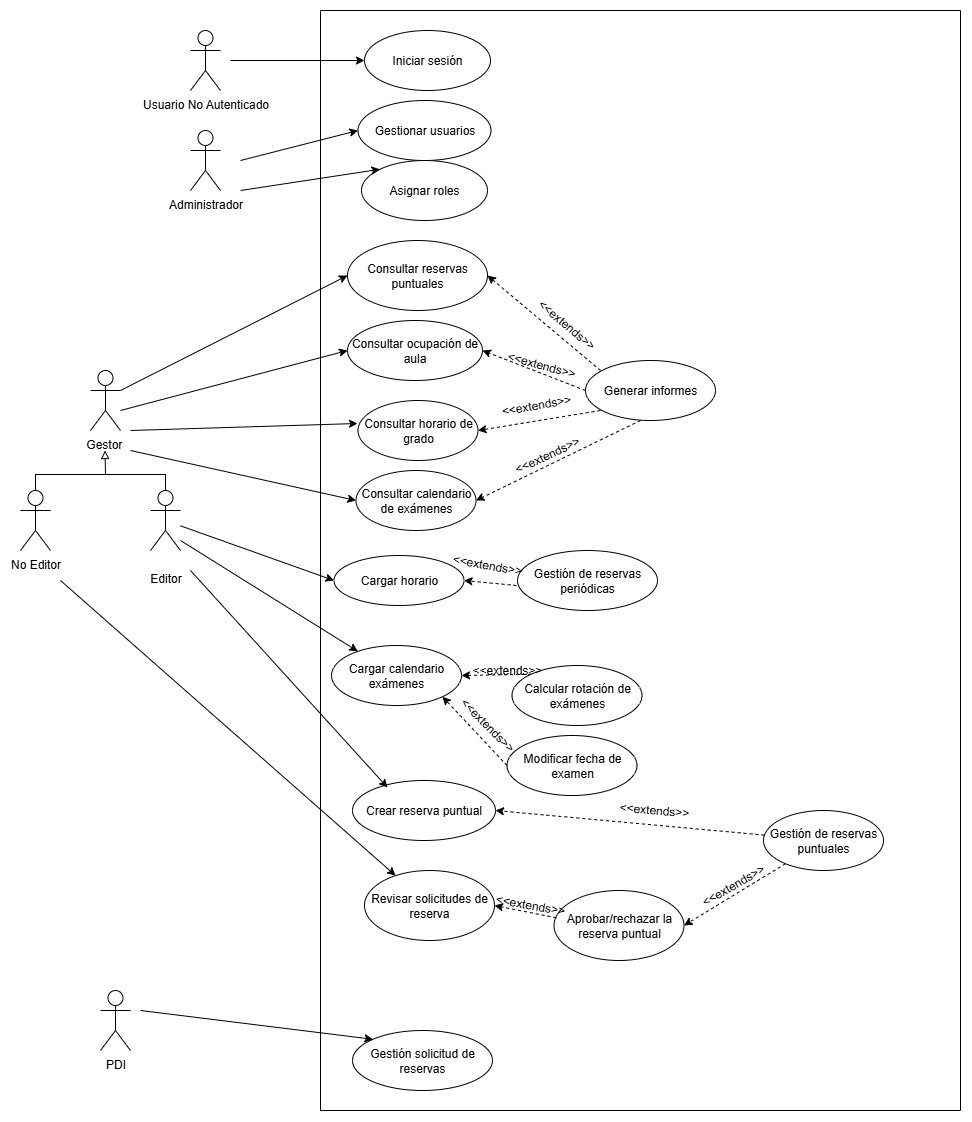
Earlier version of the draw.io export doc/img/Diagrama de casos de uso.png (rebecacuestaestepar/Trabajo-Fin-de-Grado-2025-2026). Source tidied: cells renumbered, new cells last; positions are measured from the earlier drawing's top-left corner, leaving out a move shared by most shapes.
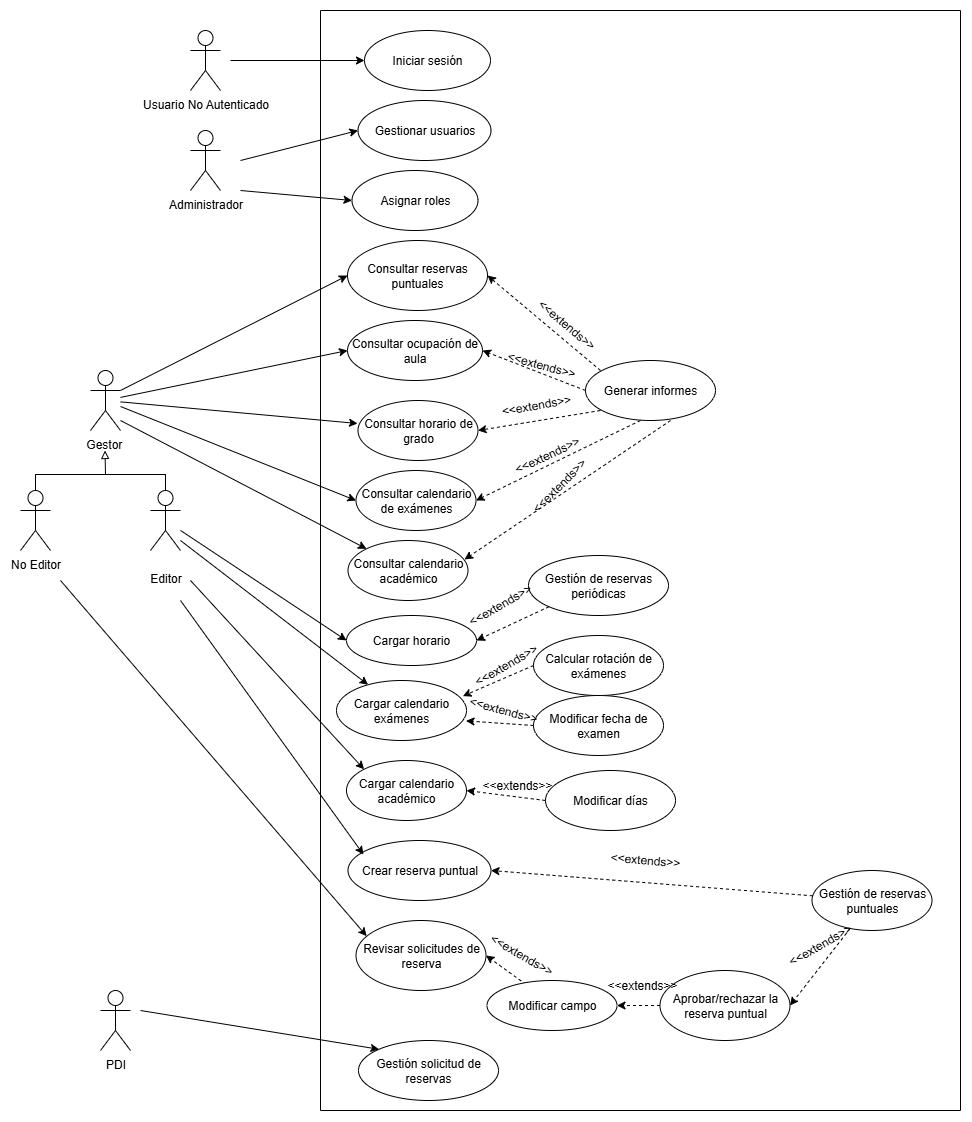
After the change.

Commit message:
Añadir casos de uso

Change to the diagram source:
```diff
@@ -21,28 +21,28 @@
       <mxGeometry x="337.5" y="90" width="133" height="60" as="geometry" />
     </mxCell>
     <mxCell id="8" value="Asignar roles" style="ellipse;whiteSpace=wrap;html=1;" parent="1" vertex="1">
-      <mxGeometry x="341" y="150" width="126" height="60" as="geometry" />
+      <mxGeometry x="331.5" y="160" width="126" height="60" as="geometry" />
     </mxCell>
     <mxCell id="9" value="Crear reserva puntual" style="ellipse;whiteSpace=wrap;html=1;" parent="1" vertex="1">
-      <mxGeometry x="332" y="770" width="143" height="60" as="geometry" />
+      <mxGeometry x="327.5" y="830" width="143" height="60" as="geometry" />
     </mxCell>
     <mxCell id="10" value="Gestión de reservas puntuales" style="ellipse;whiteSpace=wrap;html=1;" parent="1" vertex="1">
-      <mxGeometry x="743" y="800" width="120" height="60" as="geometry" />
+      <mxGeometry x="791.5" y="860" width="120" height="60" as="geometry" />
     </mxCell>
     <mxCell id="11" value="Gestión solicitud de reservas" style="ellipse;whiteSpace=wrap;html=1;" parent="1" vertex="1">
-      <mxGeometry x="332" y="1020" width="140" height="60" as="geometry" />
+      <mxGeometry x="338" y="1030" width="140" height="60" as="geometry" />
     </mxCell>
     <mxCell id="12" value="Aprobar/rechazar la reserva puntual" style="ellipse;whiteSpace=wrap;html=1;" parent="1" vertex="1">
-      <mxGeometry x="533.5" y="880" width="130" height="70" as="geometry" />
+      <mxGeometry x="639.5" y="960" width="130" height="70" as="geometry" />
     </mxCell>
     <mxCell id="13" value="Revisar solicitudes de reserva" style="ellipse;whiteSpace=wrap;html=1;" parent="1" vertex="1">
-      <mxGeometry x="344" y="860" width="130" height="70" as="geometry" />
+      <mxGeometry x="335.5" y="910" width="130" height="70" as="geometry" />
     </mxCell>
     <mxCell id="14" value="Gestión de reservas periódicas" style="ellipse;whiteSpace=wrap;html=1;" parent="1" vertex="1">
-      <mxGeometry x="497" y="540" width="140" height="60" as="geometry" />
+      <mxGeometry x="508" y="545" width="140" height="60" as="geometry" />
     </mxCell>
     <mxCell id="15" value="Cargar horario" style="ellipse;whiteSpace=wrap;html=1;" parent="1" vertex="1">
-      <mxGeometry x="313.5" y="545" width="130" height="50" as="geometry" />
+      <mxGeometry x="326" y="605" width="130" height="50" as="geometry" />
     </mxCell>
     <mxCell id="16" value="Consultar ocupación de aula" style="ellipse;whiteSpace=wrap;html=1;" parent="1" vertex="1">
       <mxGeometry x="327" y="310" width="135" height="60" as="geometry" />
@@ -54,13 +54,13 @@
       <mxGeometry x="327" y="230" width="140" height="70" as="geometry" />
     </mxCell>
     <mxCell id="19" value="Cargar calendario exámenes" style="ellipse;whiteSpace=wrap;html=1;" parent="1" vertex="1">
-      <mxGeometry x="311" y="635" width="130" height="60" as="geometry" />
+      <mxGeometry x="316" y="670" width="130" height="60" as="geometry" />
     </mxCell>
     <mxCell id="20" value="Calcular rotación de exámenes" style="ellipse;whiteSpace=wrap;html=1;" parent="1" vertex="1">
-      <mxGeometry x="491.5" y="655" width="130" height="60" as="geometry" />
+      <mxGeometry x="513" y="625" width="130" height="60" as="geometry" />
     </mxCell>
     <mxCell id="21" value="Modificar fecha de examen" style="ellipse;whiteSpace=wrap;html=1;" parent="1" vertex="1">
-      <mxGeometry x="486.5" y="725" width="130" height="60" as="geometry" />
+      <mxGeometry x="513" y="685" width="130" height="60" as="geometry" />
     </mxCell>
     <mxCell id="22" value="Generar informes" style="ellipse;whiteSpace=wrap;html=1;" parent="1" vertex="1">
       <mxGeometry x="565" y="350" width="130" height="60" as="geometry" />
@@ -89,27 +89,23 @@
         <mxPoint x="940" as="targetPoint" />
       </mxGeometry>
     </mxCell>
-    <mxCell id="27" style="endArrow=classic;html=1;rounded=0;entryX=1;entryY=0.5;entryDx=0;entryDy=0;dashed=1;" parent="1" edge="1" target="15">
-      <mxGeometry relative="1" as="geometry">
-        <mxPoint x="496" y="575" as="sourcePoint" />
-      </mxGeometry>
+    <mxCell id="27" style="endArrow=classic;html=1;rounded=0;entryX=1;entryY=0.5;entryDx=0;entryDy=0;dashed=1;exitX=0;exitY=1;exitDx=0;exitDy=0;" parent="1" edge="1" source="14" target="15">
+      <mxGeometry relative="1" as="geometry" />
     </mxCell>
-    <mxCell id="28" value="&amp;lt;&amp;lt;extends&amp;gt;&amp;gt;" style="text;html=1;align=center;verticalAlign=middle;whiteSpace=wrap;rounded=0;rotation=10;" parent="1" vertex="1">
-      <mxGeometry x="437" y="540" width="60" height="30" as="geometry" />
+    <mxCell id="28" value="&amp;lt;&amp;lt;extends&amp;gt;&amp;gt;" style="text;html=1;align=center;verticalAlign=middle;whiteSpace=wrap;rounded=0;rotation=-30;" parent="1" vertex="1">
+      <mxGeometry x="449.5" y="580" width="60" height="30" as="geometry" />
     </mxCell>
-    <mxCell id="29" style="endArrow=classic;html=1;rounded=0;entryX=1;entryY=0.5;entryDx=0;entryDy=0;exitX=0;exitY=0;exitDx=0;exitDy=0;dashed=1;" parent="1" edge="1" source="20" target="19">
+    <mxCell id="29" style="endArrow=classic;html=1;rounded=0;exitX=0;exitY=0.5;exitDx=0;exitDy=0;dashed=1;entryX=0.972;entryY=0.26;entryDx=0;entryDy=0;entryPerimeter=0;" parent="1" edge="1" source="20" target="19">
       <mxGeometry relative="1" as="geometry" />
     </mxCell>
-    <mxCell id="30" style="endArrow=classic;html=1;rounded=0;entryX=1;entryY=1;entryDx=0;entryDy=0;dashed=1;" parent="1" edge="1" target="19">
-      <mxGeometry relative="1" as="geometry">
-        <mxPoint x="486.5" y="755" as="sourcePoint" />
-      </mxGeometry>
+    <mxCell id="30" style="endArrow=classic;html=1;rounded=0;dashed=1;exitX=0;exitY=0.5;exitDx=0;exitDy=0;entryX=0.996;entryY=0.673;entryDx=0;entryDy=0;entryPerimeter=0;" parent="1" edge="1" source="21" target="19">
+      <mxGeometry relative="1" as="geometry" />
     </mxCell>
-    <mxCell id="31" value="&amp;lt;&amp;lt;extends&amp;gt;&amp;gt;" style="text;html=1;align=center;verticalAlign=middle;whiteSpace=wrap;rounded=0;" parent="1" vertex="1">
-      <mxGeometry x="456.5" y="645" width="60" height="30" as="geometry" />
+    <mxCell id="31" value="&amp;lt;&amp;lt;extends&amp;gt;&amp;gt;" style="text;html=1;align=center;verticalAlign=middle;whiteSpace=wrap;rounded=0;rotation=-30;" parent="1" vertex="1">
+      <mxGeometry x="455.5" y="640" width="60" height="30" as="geometry" />
     </mxCell>
-    <mxCell id="32" value="&amp;lt;&amp;lt;extends&amp;gt;&amp;gt;" style="text;html=1;align=center;verticalAlign=middle;whiteSpace=wrap;rounded=0;rotation=45;" parent="1" vertex="1">
-      <mxGeometry x="437" y="700" width="60" height="30" as="geometry" />
+    <mxCell id="32" value="&amp;lt;&amp;lt;extends&amp;gt;&amp;gt;" style="text;html=1;align=center;verticalAlign=middle;whiteSpace=wrap;rounded=0;rotation=15;" parent="1" vertex="1">
+      <mxGeometry x="453" y="685" width="60" height="30" as="geometry" />
     </mxCell>
     <mxCell id="33" style="endArrow=classic;html=1;rounded=0;entryX=1;entryY=0.5;entryDx=0;entryDy=0;dashed=1;" parent="1" edge="1" source="10" target="12">
       <mxGeometry relative="1" as="geometry" />
@@ -118,10 +114,10 @@
       <mxGeometry relative="1" as="geometry" />
     </mxCell>
     <mxCell id="35" value="&amp;lt;&amp;lt;extends&amp;gt;&amp;gt;" style="text;html=1;align=center;verticalAlign=middle;whiteSpace=wrap;rounded=0;rotation=5;" parent="1" vertex="1">
-      <mxGeometry x="603.5" y="785" width="60" height="30" as="geometry" />
+      <mxGeometry x="595" y="835" width="60" height="30" as="geometry" />
     </mxCell>
     <mxCell id="36" value="&amp;lt;&amp;lt;extends&amp;gt;&amp;gt;" style="text;html=1;align=center;verticalAlign=middle;whiteSpace=wrap;rounded=0;rotation=-30;" parent="1" vertex="1">
-      <mxGeometry x="683" y="860" width="60" height="30" as="geometry" />
+      <mxGeometry x="769.5" y="920" width="60" height="30" as="geometry" />
     </mxCell>
     <mxCell id="37" style="endArrow=classic;html=1;rounded=0;entryX=0;entryY=0.5;entryDx=0;entryDy=0;" parent="1" edge="1" target="6">
       <mxGeometry relative="1" as="geometry">
@@ -133,7 +129,7 @@
         <mxPoint x="220" y="150" as="sourcePoint" />
       </mxGeometry>
     </mxCell>
-    <mxCell id="39" style="endArrow=classic;html=1;rounded=0;entryX=0;entryY=0;entryDx=0;entryDy=0;" parent="1" edge="1" target="8">
+    <mxCell id="39" style="endArrow=classic;html=1;rounded=0;entryX=0;entryY=0.5;entryDx=0;entryDy=0;" parent="1" edge="1" target="8">
       <mxGeometry relative="1" as="geometry">
         <mxPoint x="220" y="180" as="sourcePoint" />
       </mxGeometry>
@@ -149,29 +145,25 @@
         <mxPoint x="100" y="380" as="sourcePoint" />
       </mxGeometry>
     </mxCell>
-    <mxCell id="43" style="endArrow=classic;html=1;rounded=0;entryX=0;entryY=0.5;entryDx=0;entryDy=0;" parent="1" edge="1" target="16">
-      <mxGeometry relative="1" as="geometry">
-        <mxPoint x="100" y="400" as="sourcePoint" />
-      </mxGeometry>
+    <mxCell id="43" style="endArrow=classic;html=1;rounded=0;entryX=0;entryY=0.5;entryDx=0;entryDy=0;" parent="1" edge="1" source="3" target="16">
+      <mxGeometry relative="1" as="geometry" />
     </mxCell>
-    <mxCell id="44" style="endArrow=classic;html=1;rounded=0;entryX=-0.004;entryY=0.383;entryDx=0;entryDy=0;entryPerimeter=0;" parent="1" edge="1" target="17">
-      <mxGeometry relative="1" as="geometry">
-        <mxPoint x="110" y="420" as="sourcePoint" />
-      </mxGeometry>
+    <mxCell id="44" style="endArrow=classic;html=1;rounded=0;entryX=-0.004;entryY=0.383;entryDx=0;entryDy=0;entryPerimeter=0;" parent="1" edge="1" source="3" target="17">
+      <mxGeometry relative="1" as="geometry" />
     </mxCell>
     <mxCell id="45" style="endArrow=classic;html=1;rounded=0;" parent="1" edge="1" target="19">
       <mxGeometry relative="1" as="geometry">
         <mxPoint x="160" y="530" as="sourcePoint" />
       </mxGeometry>
     </mxCell>
-    <mxCell id="46" style="endArrow=classic;html=1;rounded=0;" parent="1" edge="1" target="13">
+    <mxCell id="46" style="endArrow=classic;html=1;rounded=0;entryX=0.082;entryY=0.223;entryDx=0;entryDy=0;entryPerimeter=0;" parent="1" edge="1" target="13">
       <mxGeometry relative="1" as="geometry">
         <mxPoint x="40" y="570" as="sourcePoint" />
       </mxGeometry>
     </mxCell>
-    <mxCell id="47" style="endArrow=classic;html=1;rounded=0;entryX=0.245;entryY=0.117;entryDx=0;entryDy=0;entryPerimeter=0;" parent="1" edge="1" target="9">
+    <mxCell id="47" style="endArrow=classic;html=1;rounded=0;entryX=0.108;entryY=0.233;entryDx=0;entryDy=0;entryPerimeter=0;" parent="1" edge="1" target="9">
       <mxGeometry relative="1" as="geometry">
-        <mxPoint x="170" y="560" as="sourcePoint" />
+        <mxPoint x="160" y="590" as="sourcePoint" />
       </mxGeometry>
     </mxCell>
     <mxCell id="48" style="endArrow=classic;html=1;rounded=0;entryX=0;entryY=0;entryDx=0;entryDy=0;" parent="1" edge="1" target="11">
@@ -220,10 +212,8 @@
     <mxCell id="57" value="Consultar calendario de exámenes" style="ellipse;whiteSpace=wrap;html=1;" parent="1" vertex="1">
       <mxGeometry x="335.5" y="460" width="120" height="60" as="geometry" />
     </mxCell>
-    <mxCell id="58" style="endArrow=classic;html=1;rounded=0;entryX=0;entryY=0.5;entryDx=0;entryDy=0;" parent="1" edge="1" target="57">
-      <mxGeometry relative="1" as="geometry">
-        <mxPoint x="110" y="440" as="sourcePoint" />
-      </mxGeometry>
+    <mxCell id="58" style="endArrow=classic;html=1;rounded=0;entryX=0;entryY=0.5;entryDx=0;entryDy=0;" parent="1" edge="1" source="3" target="57">
+      <mxGeometry relative="1" as="geometry" />
     </mxCell>
     <mxCell id="59" style="endArrow=classic;html=1;rounded=0;entryX=1;entryY=0.5;entryDx=0;entryDy=0;dashed=1;" parent="1" edge="1" target="57">
       <mxGeometry relative="1" as="geometry">
@@ -242,11 +232,51 @@
     <mxCell id="63" value="&amp;lt;&amp;lt;extends&amp;gt;&amp;gt;" style="text;html=1;align=center;verticalAlign=middle;whiteSpace=wrap;rounded=0;rotation=-25;" parent="1" vertex="1">
       <mxGeometry x="497" y="430" width="60" height="30" as="geometry" />
     </mxCell>
-    <mxCell id="64" style="endArrow=classic;html=1;rounded=0;entryX=1;entryY=0.5;entryDx=0;entryDy=0;exitX=0.018;exitY=0.389;exitDx=0;exitDy=0;exitPerimeter=0;dashed=1;" parent="1" edge="1" source="12" target="13">
+    <mxCell id="64" style="endArrow=classic;html=1;rounded=0;entryX=1;entryY=0.5;entryDx=0;entryDy=0;dashed=1;exitX=0.3;exitY=0.08;exitDx=0;exitDy=0;exitPerimeter=0;" parent="1" edge="1" source="66" target="13">
       <mxGeometry relative="1" as="geometry" />
     </mxCell>
-    <mxCell id="65" value="&amp;lt;&amp;lt;extends&amp;gt;&amp;gt;" style="text;html=1;align=center;verticalAlign=middle;whiteSpace=wrap;rounded=0;rotation=10;" parent="1" vertex="1">
-      <mxGeometry x="480" y="880" width="60" height="30" as="geometry" />
+    <mxCell id="65" value="&amp;lt;&amp;lt;extends&amp;gt;&amp;gt;" style="text;html=1;align=center;verticalAlign=middle;whiteSpace=wrap;rounded=0;rotation=30;" parent="1" vertex="1">
+      <mxGeometry x="471.5" y="930" width="60" height="30" as="geometry" />
     </mxCell>
+    <mxCell id="66" value="Modificar campo" style="ellipse;whiteSpace=wrap;html=1;" parent="1" vertex="1">
+      <mxGeometry x="466.5" y="970" width="130" height="50" as="geometry" />
+    </mxCell>
+    <mxCell id="67" style="endArrow=classic;html=1;rounded=0;entryX=1;entryY=0.5;entryDx=0;entryDy=0;exitX=0;exitY=0.5;exitDx=0;exitDy=0;dashed=1;" parent="1" edge="1" source="12" target="66">
+      <mxGeometry relative="1" as="geometry" />
+    </mxCell>
+    <mxCell id="68" value="&amp;lt;&amp;lt;extends&amp;gt;&amp;gt;" style="text;html=1;align=center;verticalAlign=middle;whiteSpace=wrap;rounded=0;rotation=0;" parent="1" vertex="1">
+      <mxGeometry x="591.5" y="960" width="60" height="30" as="geometry" />
+    </mxCell>
+    <mxCell id="69" value="Cargar calendario académico" style="ellipse;whiteSpace=wrap;html=1;" parent="1" vertex="1">
+      <mxGeometry x="326" y="750" width="120" height="60" as="geometry" />
+    </mxCell>
+    <mxCell id="70" style="endArrow=classic;html=1;rounded=0;entryX=0;entryY=0;entryDx=0;entryDy=0;" parent="1" edge="1" target="69">
+      <mxGeometry relative="1" as="geometry">
+        <mxPoint x="170" y="570" as="sourcePoint" />
+      </mxGeometry>
+    </mxCell>
+    <mxCell id="71" value="Consultar calendario académico" style="ellipse;whiteSpace=wrap;html=1;" parent="1" vertex="1">
+      <mxGeometry x="327.5" y="530" width="120" height="60" as="geometry" />
+    </mxCell>
+    <mxCell id="72" style="endArrow=classic;html=1;rounded=0;entryX=0.971;entryY=0.317;entryDx=0;entryDy=0;dashed=1;exitX=0.654;exitY=1;exitDx=0;exitDy=0;exitPerimeter=0;entryPerimeter=0;" parent="1" edge="1" source="22" target="71">
+      <mxGeometry relative="1" as="geometry" />
+    </mxCell>
+    <mxCell id="73" value="&amp;lt;&amp;lt;extends&amp;gt;&amp;gt;" style="text;html=1;align=center;verticalAlign=middle;whiteSpace=wrap;rounded=0;rotation=-45;" parent="1" vertex="1">
+      <mxGeometry x="509.5" y="460" width="60" height="30" as="geometry" />
+    </mxCell>
+    <mxCell id="74" style="endArrow=classic;html=1;rounded=0;" parent="1" edge="1" target="71">
+      <mxGeometry relative="1" as="geometry">
+        <mxPoint x="100" y="410" as="sourcePoint" />
+      </mxGeometry>
+    </mxCell>
+    <mxCell id="75" value="Modificar días" style="ellipse;whiteSpace=wrap;html=1;" parent="1" vertex="1">
+      <mxGeometry x="525" y="760" width="130" height="60" as="geometry" />
+    </mxCell>
+    <mxCell id="76" style="endArrow=classic;html=1;rounded=0;entryX=1;entryY=0.5;entryDx=0;entryDy=0;exitX=0;exitY=0.5;exitDx=0;exitDy=0;dashed=1;" parent="1" edge="1" source="75" target="69">
+      <mxGeometry relative="1" as="geometry" />
+    </mxCell>
+    <mxCell id="77" value="&amp;lt;&amp;lt;extends&amp;gt;&amp;gt;" style="text;html=1;align=center;verticalAlign=middle;whiteSpace=wrap;rounded=0;rotation=0;" parent="1" vertex="1">
+      <mxGeometry x="467" y="760" width="60" height="30" as="geometry" />
+    </mxCell>
   </root>
 </mxGraphModel>
```
